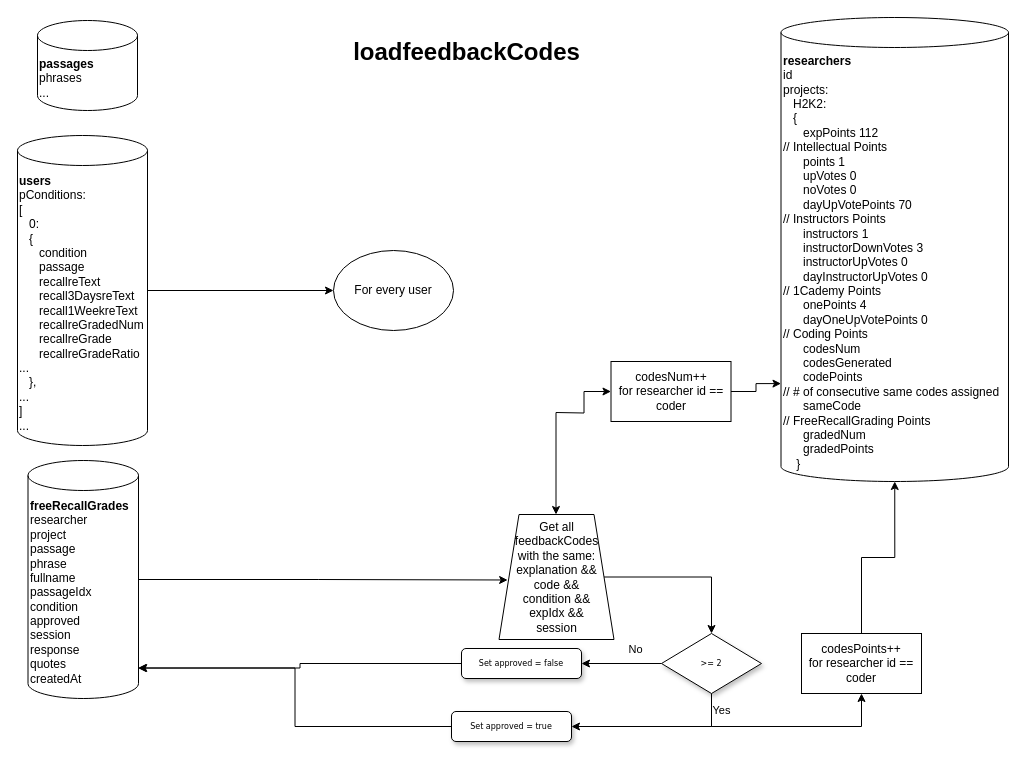
Before: src/Components/ProjectManagement/FreeRecallGrading/freeRecallGrading.drawio in ImanYZ/VisualExp, a draw.io diagram. Source tidied: cells renumbered, new cells numbered last; positions are measured from the earlier drawing's top-left corner, leaving out a move shared by most shapes. Both pictures are drawn from the tidied source at 100%, with x=0, y=0 at pixel (17, 17).
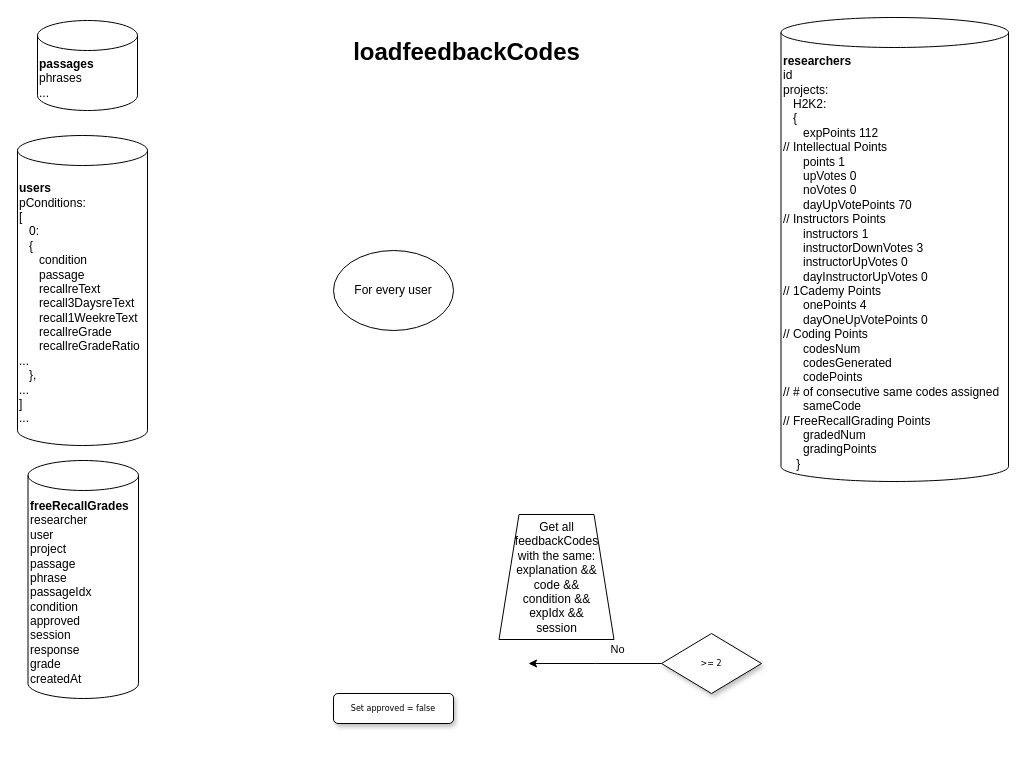
The same page after the edit.

Commit message (it also covers changes not shown here):
Implementing group grading free-recall responses.

Unchanged cells that the change refers to:
```xml
<mxCell id="8" value="Get all feedbackCodes&lt;br&gt;with the same:&lt;br&gt;explanation &amp;amp;&amp;amp;&lt;br&gt;code &amp;amp;&amp;amp;&lt;br&gt;condition &amp;amp;&amp;amp;&lt;br&gt;expIdx &amp;amp;&amp;amp;&lt;br&gt;session" style="shape=trapezoid;perimeter=trapezoidPerimeter;whiteSpace=wrap;html=1;fixedSize=1;" parent="1" vertex="1">
  <mxGeometry x="481.5" y="497" width="115" height="125" as="geometry" />
</mxCell>
<mxCell id="14" value="&amp;gt;= 2" style="rhombus;whiteSpace=wrap;html=1;rounded=0;shadow=1;labelBackgroundColor=none;strokeWidth=1;fontFamily=Verdana;fontSize=8;align=center;" parent="1" vertex="1">
  <mxGeometry x="644" y="616" width="100" height="60" as="geometry" />
</mxCell>
<mxCell id="26" value="For every user" style="ellipse;whiteSpace=wrap;html=1;" parent="1" vertex="1">
  <mxGeometry x="316" y="233" width="120" height="80" as="geometry" />
</mxCell>
```

The edit, as a diff of the source:
```diff
@@
-    <mxCell id="3" style="edgeStyle=orthogonalEdgeStyle;rounded=0;jettySize=auto;html=1;entryX=0.075;entryY=0.524;entryDx=0;entryDy=0;entryPerimeter=0;" parent="1" edge="1" source="4" target="8">
-      <mxGeometry relative="1" as="geometry" />
-    </mxCell>
-    <mxCell id="4" value="&lt;b&gt;freeRecallGrades&lt;/b&gt;&lt;br&gt;&lt;div&gt;researcher&lt;/div&gt;&lt;div&gt;project&lt;/div&gt;&lt;div&gt;passage&lt;/div&gt;&lt;div&gt;phrase&lt;/div&gt;&lt;div&gt;&lt;span&gt;fullname&lt;/span&gt;&lt;br&gt;&lt;/div&gt;&lt;div&gt;&lt;span&gt;passageIdx&lt;/span&gt;&lt;/div&gt;&lt;div&gt;&lt;span&gt;condition&lt;/span&gt;&lt;/div&gt;&lt;div&gt;&lt;span&gt;approved&lt;/span&gt;&lt;br&gt;&lt;/div&gt;&lt;div&gt;&lt;span&gt;session&lt;/span&gt;&lt;br&gt;&lt;/div&gt;&lt;div&gt;response&lt;/div&gt;&lt;div&gt;quotes&lt;/div&gt;&lt;div&gt;createdAt&lt;/div&gt;" style="shape=cylinder3;whiteSpace=wrap;html=1;boundedLbl=1;backgroundOutline=1;size=15;align=left;" parent="1" vertex="1">
+    <mxCell id="4" value="&lt;b&gt;freeRecallGrades&lt;/b&gt;&lt;br&gt;&lt;div&gt;researcher&lt;/div&gt;&lt;div&gt;user&lt;br&gt;&lt;/div&gt;&lt;div&gt;project&lt;/div&gt;&lt;div&gt;passage&lt;/div&gt;&lt;div&gt;phrase&lt;/div&gt;&lt;div&gt;&lt;span&gt;passageIdx&lt;/span&gt;&lt;br&gt;&lt;/div&gt;&lt;div&gt;&lt;span&gt;condition&lt;/span&gt;&lt;/div&gt;&lt;div&gt;&lt;span&gt;approved&lt;/span&gt;&lt;br&gt;&lt;/div&gt;&lt;div&gt;&lt;span&gt;session&lt;/span&gt;&lt;br&gt;&lt;/div&gt;&lt;div&gt;response&lt;/div&gt;&lt;div&gt;grade&lt;/div&gt;&lt;div&gt;createdAt&lt;/div&gt;" style="shape=cylinder3;whiteSpace=wrap;html=1;boundedLbl=1;backgroundOutline=1;size=15;align=left;" parent="1" vertex="1">
       <mxGeometry x="10.5" y="443" width="110.5" height="238" as="geometry" />
     </mxCell>
-    <mxCell id="5" style="edgeStyle=orthogonalEdgeStyle;rounded=0;jettySize=auto;html=1;" parent="1" edge="1" target="8">
-      <mxGeometry relative="1" as="geometry">
-        <mxPoint x="538.5" y="395" as="sourcePoint" />
-      </mxGeometry>
-    </mxCell>
-    <mxCell id="6" style="edgeStyle=orthogonalEdgeStyle;rounded=0;jettySize=auto;html=1;exitX=0.5;exitY=1;exitDx=0;exitDy=0;entryX=0;entryY=0.5;entryDx=0;entryDy=0;" parent="1" edge="1" target="20">
-      <mxGeometry relative="1" as="geometry">
-        <mxPoint x="538.5" y="395" as="sourcePoint" />
-      </mxGeometry>
-    </mxCell>
-    <mxCell id="7" style="edgeStyle=orthogonalEdgeStyle;rounded=0;jettySize=auto;html=1;entryX=0.5;entryY=0;entryDx=0;entryDy=0;" parent="1" edge="1" source="8" target="14">
-      <mxGeometry relative="1" as="geometry" />
-    </mxCell>
@@
-    <mxCell id="9" style="edgeStyle=orthogonalEdgeStyle;rounded=0;jettySize=auto;html=1;entryX=1.002;entryY=0.872;entryDx=0;entryDy=0;entryPerimeter=0;exitX=0;exitY=0.5;exitDx=0;exitDy=0;startArrow=none;" parent="1" edge="1" source="15" target="4">
-      <mxGeometry relative="1" as="geometry" />
-    </mxCell>
-    <mxCell id="10" value="Yes" style="edgeStyle=orthogonalEdgeStyle;rounded=0;jettySize=auto;html=1;entryX=1;entryY=0.5;entryDx=0;entryDy=0;exitX=0.5;exitY=1;exitDx=0;exitDy=0;" parent="1" edge="1" source="14" target="15">
-      <mxGeometry x="-0.8" y="10" relative="1" as="geometry" />
-    </mxCell>
-    <mxCell id="11" style="edgeStyle=orthogonalEdgeStyle;rounded=0;jettySize=auto;html=1;" parent="1" edge="1" source="14" target="17">
-      <mxGeometry relative="1" as="geometry" />
+    <mxCell id="11" style="edgeStyle=orthogonalEdgeStyle;rounded=0;jettySize=auto;html=1;" parent="1" edge="1" source="14">
+      <mxGeometry relative="1" as="geometry">
+        <mxPoint x="511" y="646" as="targetPoint" />
+      </mxGeometry>
     </mxCell>
@@
-    <mxCell id="13" style="edgeStyle=orthogonalEdgeStyle;rounded=0;jettySize=auto;html=1;entryX=0.5;entryY=1;entryDx=0;entryDy=0;exitX=0.5;exitY=1;exitDx=0;exitDy=0;" parent="1" edge="1" source="14" target="22">
-      <mxGeometry relative="1" as="geometry">
-        <Array as="points">
-          <mxPoint x="694" y="709" />
-          <mxPoint x="844" y="709" />
-        </Array>
-      </mxGeometry>
-    </mxCell>
@@
-    <mxCell id="15" value="Set approved = true" style="rounded=1;whiteSpace=wrap;html=1;shadow=1;labelBackgroundColor=none;strokeWidth=1;fontFamily=Verdana;fontSize=8;align=center;" parent="1" vertex="1">
-      <mxGeometry x="434" y="694" width="120" height="30" as="geometry" />
-    </mxCell>
-    <mxCell id="16" style="edgeStyle=orthogonalEdgeStyle;rounded=0;jettySize=auto;html=1;entryX=0.995;entryY=0.872;entryDx=0;entryDy=0;entryPerimeter=0;" parent="1" edge="1" source="17" target="4">
-      <mxGeometry relative="1" as="geometry" />
-    </mxCell>
     <mxCell id="17" value="Set approved = false" style="rounded=1;whiteSpace=wrap;html=1;shadow=1;labelBackgroundColor=none;strokeWidth=1;fontFamily=Verdana;fontSize=8;align=center;" parent="1" vertex="1">
-      <mxGeometry x="444" y="631" width="120" height="30" as="geometry" />
+      <mxGeometry x="316" y="676" width="120" height="30" as="geometry" />
     </mxCell>
-    <mxCell id="18" value="&lt;b&gt;researchers&lt;/b&gt;&lt;br&gt;id&lt;br&gt;projects:&lt;br&gt;&amp;nbsp; &amp;nbsp;H2K2:&lt;br&gt;&amp;nbsp; &amp;nbsp;{&lt;br&gt;&amp;nbsp; &amp;nbsp; &amp;nbsp; expPoints 112&lt;br&gt;// Intellectual Points&lt;br&gt;&amp;nbsp; &amp;nbsp; &amp;nbsp; points 1&lt;br&gt;&amp;nbsp; &amp;nbsp; &amp;nbsp; upVotes 0&amp;nbsp;&lt;br&gt;&amp;nbsp; &amp;nbsp; &amp;nbsp; noVotes 0&lt;br&gt;&lt;div&gt;&amp;nbsp; &amp;nbsp; &amp;nbsp; dayUpVotePoints 70&amp;nbsp;&lt;/div&gt;// Instructors&amp;nbsp;Points&lt;br&gt;&amp;nbsp; &amp;nbsp; &amp;nbsp; instructors 1&lt;br&gt;&amp;nbsp; &amp;nbsp; &amp;nbsp; instructorDownVotes 3&lt;br&gt;&amp;nbsp; &amp;nbsp; &amp;nbsp; instructorUpVotes 0&lt;br&gt;&amp;nbsp; &amp;nbsp; &amp;nbsp;&amp;nbsp;dayInstructorUpVotes 0&lt;br&gt;&lt;div&gt;&lt;/div&gt;// 1Cademy&amp;nbsp;Points&lt;br&gt;&amp;nbsp; &amp;nbsp; &amp;nbsp; onePoints 4&lt;br&gt;&amp;nbsp; &amp;nbsp; &amp;nbsp; dayOneUpVotePoints 0&lt;br&gt;// Coding Points&lt;br&gt;&amp;nbsp; &amp;nbsp; &amp;nbsp; codesNum&lt;br&gt;&amp;nbsp; &amp;nbsp; &amp;nbsp; codesGenerated&lt;br&gt;&amp;nbsp; &amp;nbsp; &amp;nbsp; codePoints&lt;br&gt;// # of consecutive same codes assigned&lt;br&gt;&amp;nbsp; &amp;nbsp; &amp;nbsp; sameCode&lt;br&gt;// FreeRecallGrading Points&lt;br&gt;&amp;nbsp; &amp;nbsp; &amp;nbsp; gradedNum&lt;br&gt;&amp;nbsp; &amp;nbsp; &amp;nbsp; gradedPoints&lt;br&gt;&amp;nbsp; &amp;nbsp; }" style="shape=cylinder3;whiteSpace=wrap;html=1;boundedLbl=1;backgroundOutline=1;size=15;align=left;" parent="1" vertex="1">
+    <mxCell id="18" value="&lt;b&gt;researchers&lt;/b&gt;&lt;br&gt;id&lt;br&gt;projects:&lt;br&gt;&amp;nbsp; &amp;nbsp;H2K2:&lt;br&gt;&amp;nbsp; &amp;nbsp;{&lt;br&gt;&amp;nbsp; &amp;nbsp; &amp;nbsp; expPoints 112&lt;br&gt;// Intellectual Points&lt;br&gt;&amp;nbsp; &amp;nbsp; &amp;nbsp; points 1&lt;br&gt;&amp;nbsp; &amp;nbsp; &amp;nbsp; upVotes 0&amp;nbsp;&lt;br&gt;&amp;nbsp; &amp;nbsp; &amp;nbsp; noVotes 0&lt;br&gt;&lt;div&gt;&amp;nbsp; &amp;nbsp; &amp;nbsp; dayUpVotePoints 70&amp;nbsp;&lt;/div&gt;// Instructors&amp;nbsp;Points&lt;br&gt;&amp;nbsp; &amp;nbsp; &amp;nbsp; instructors 1&lt;br&gt;&amp;nbsp; &amp;nbsp; &amp;nbsp; instructorDownVotes 3&lt;br&gt;&amp;nbsp; &amp;nbsp; &amp;nbsp; instructorUpVotes 0&lt;br&gt;&amp;nbsp; &amp;nbsp; &amp;nbsp;&amp;nbsp;dayInstructorUpVotes 0&lt;br&gt;&lt;div&gt;&lt;/div&gt;// 1Cademy&amp;nbsp;Points&lt;br&gt;&amp;nbsp; &amp;nbsp; &amp;nbsp; onePoints 4&lt;br&gt;&amp;nbsp; &amp;nbsp; &amp;nbsp; dayOneUpVotePoints 0&lt;br&gt;// Coding Points&lt;br&gt;&amp;nbsp; &amp;nbsp; &amp;nbsp; codesNum&lt;br&gt;&amp;nbsp; &amp;nbsp; &amp;nbsp; codesGenerated&lt;br&gt;&amp;nbsp; &amp;nbsp; &amp;nbsp; codePoints&lt;br&gt;// # of consecutive same codes assigned&lt;br&gt;&amp;nbsp; &amp;nbsp; &amp;nbsp; sameCode&lt;br&gt;// FreeRecallGrading Points&lt;br&gt;&amp;nbsp; &amp;nbsp; &amp;nbsp; gradedNum&lt;br&gt;&amp;nbsp; &amp;nbsp; &amp;nbsp; gradingPoints&lt;br&gt;&amp;nbsp; &amp;nbsp; }" style="shape=cylinder3;whiteSpace=wrap;html=1;boundedLbl=1;backgroundOutline=1;size=15;align=left;" parent="1" vertex="1">
       <mxGeometry x="763.5" width="227.5" height="464" as="geometry" />
     </mxCell>
-    <mxCell id="19" style="edgeStyle=orthogonalEdgeStyle;rounded=0;jettySize=auto;html=1;entryX=0;entryY=0.789;entryDx=0;entryDy=0;entryPerimeter=0;" parent="1" edge="1" source="20" target="18">
-      <mxGeometry relative="1" as="geometry" />
-    </mxCell>
-    <mxCell id="20" value="codesNum++&lt;br&gt;for researcher id == coder" style="rounded=0;whiteSpace=wrap;html=1;" parent="1" vertex="1">
-      <mxGeometry x="593.5" y="344" width="120" height="60" as="geometry" />
-    </mxCell>
-    <mxCell id="21" style="edgeStyle=orthogonalEdgeStyle;rounded=0;jettySize=auto;html=1;entryX=0.5;entryY=1;entryDx=0;entryDy=0;entryPerimeter=0;" parent="1" edge="1" source="22" target="18">
-      <mxGeometry relative="1" as="geometry" />
-    </mxCell>
-    <mxCell id="22" value="codesPoints++&lt;br&gt;for researcher id == coder" style="rounded=0;whiteSpace=wrap;html=1;" parent="1" vertex="1">
-      <mxGeometry x="784" y="616" width="120" height="60" as="geometry" />
-    </mxCell>
@@
-    <mxCell id="24" style="edgeStyle=none;html=1;" parent="1" edge="1" source="25" target="26">
-      <mxGeometry relative="1" as="geometry" />
-    </mxCell>
-    <mxCell id="25" value="&lt;b&gt;users&lt;/b&gt;&lt;br&gt;&lt;div&gt;&lt;span&gt;pConditions:&lt;/span&gt;&lt;/div&gt;&lt;div&gt;&lt;span&gt;[&lt;/span&gt;&lt;/div&gt;&lt;div&gt;&lt;span&gt;&amp;nbsp; &amp;nbsp;0:&lt;/span&gt;&lt;/div&gt;&lt;div&gt;&lt;span&gt;&amp;nbsp; &amp;nbsp;{&lt;/span&gt;&lt;/div&gt;&lt;div&gt;&lt;span&gt;&amp;nbsp; &amp;nbsp; &amp;nbsp; condition&lt;/span&gt;&lt;/div&gt;&lt;div&gt;&lt;span&gt;&amp;nbsp; &amp;nbsp; &amp;nbsp; passage&lt;/span&gt;&lt;/div&gt;&lt;div&gt;&amp;nbsp; &amp;nbsp; &amp;nbsp; recallreText&lt;/div&gt;&amp;nbsp; &amp;nbsp; &amp;nbsp; recall3DaysreText&lt;div&gt;&amp;nbsp; &amp;nbsp; &amp;nbsp; recall1WeekreText&lt;/div&gt;&lt;div&gt;&amp;nbsp; &amp;nbsp; &amp;nbsp; recallreGradedNum&lt;/div&gt;&lt;div&gt;&amp;nbsp; &amp;nbsp; &amp;nbsp; recallreGrade&lt;/div&gt;&lt;div&gt;&amp;nbsp; &amp;nbsp; &amp;nbsp; recallreGradeRatio&lt;/div&gt;&lt;div&gt;...&lt;/div&gt;&lt;div&gt;&lt;span&gt;&amp;nbsp; &amp;nbsp;},&lt;/span&gt;&lt;/div&gt;&lt;div&gt;&lt;span&gt;...&lt;/span&gt;&lt;/div&gt;&lt;div&gt;&lt;span&gt;]&lt;/span&gt;&lt;/div&gt;&lt;div&gt;&lt;span&gt;...&lt;/span&gt;&lt;br&gt;&lt;/div&gt;" style="shape=cylinder3;whiteSpace=wrap;html=1;boundedLbl=1;backgroundOutline=1;size=15;align=left;" parent="1" vertex="1">
+    <mxCell id="25" value="&lt;b&gt;users&lt;/b&gt;&lt;br&gt;&lt;div&gt;&lt;span&gt;pConditions:&lt;/span&gt;&lt;/div&gt;&lt;div&gt;&lt;span&gt;[&lt;/span&gt;&lt;/div&gt;&lt;div&gt;&lt;span&gt;&amp;nbsp; &amp;nbsp;0:&lt;/span&gt;&lt;/div&gt;&lt;div&gt;&lt;span&gt;&amp;nbsp; &amp;nbsp;{&lt;/span&gt;&lt;/div&gt;&lt;div&gt;&lt;span&gt;&amp;nbsp; &amp;nbsp; &amp;nbsp; condition&lt;/span&gt;&lt;/div&gt;&lt;div&gt;&lt;span&gt;&amp;nbsp; &amp;nbsp; &amp;nbsp; passage&lt;/span&gt;&lt;/div&gt;&lt;div&gt;&amp;nbsp; &amp;nbsp; &amp;nbsp; recallreText&lt;/div&gt;&amp;nbsp; &amp;nbsp; &amp;nbsp; recall3DaysreText&lt;div&gt;&amp;nbsp; &amp;nbsp; &amp;nbsp; recall1WeekreText&lt;/div&gt;&lt;div&gt;&amp;nbsp; &amp;nbsp; &amp;nbsp; recallreGrade&lt;/div&gt;&lt;div&gt;&amp;nbsp; &amp;nbsp; &amp;nbsp; recallreGradeRatio&lt;/div&gt;&lt;div&gt;...&lt;/div&gt;&lt;div&gt;&lt;span&gt;&amp;nbsp; &amp;nbsp;},&lt;/span&gt;&lt;/div&gt;&lt;div&gt;&lt;span&gt;...&lt;/span&gt;&lt;/div&gt;&lt;div&gt;&lt;span&gt;]&lt;/span&gt;&lt;/div&gt;&lt;div&gt;&lt;span&gt;...&lt;/span&gt;&lt;br&gt;&lt;/div&gt;" style="shape=cylinder3;whiteSpace=wrap;html=1;boundedLbl=1;backgroundOutline=1;size=15;align=left;" parent="1" vertex="1">
       <mxGeometry y="118" width="130" height="310" as="geometry" />
     </mxCell>
```
